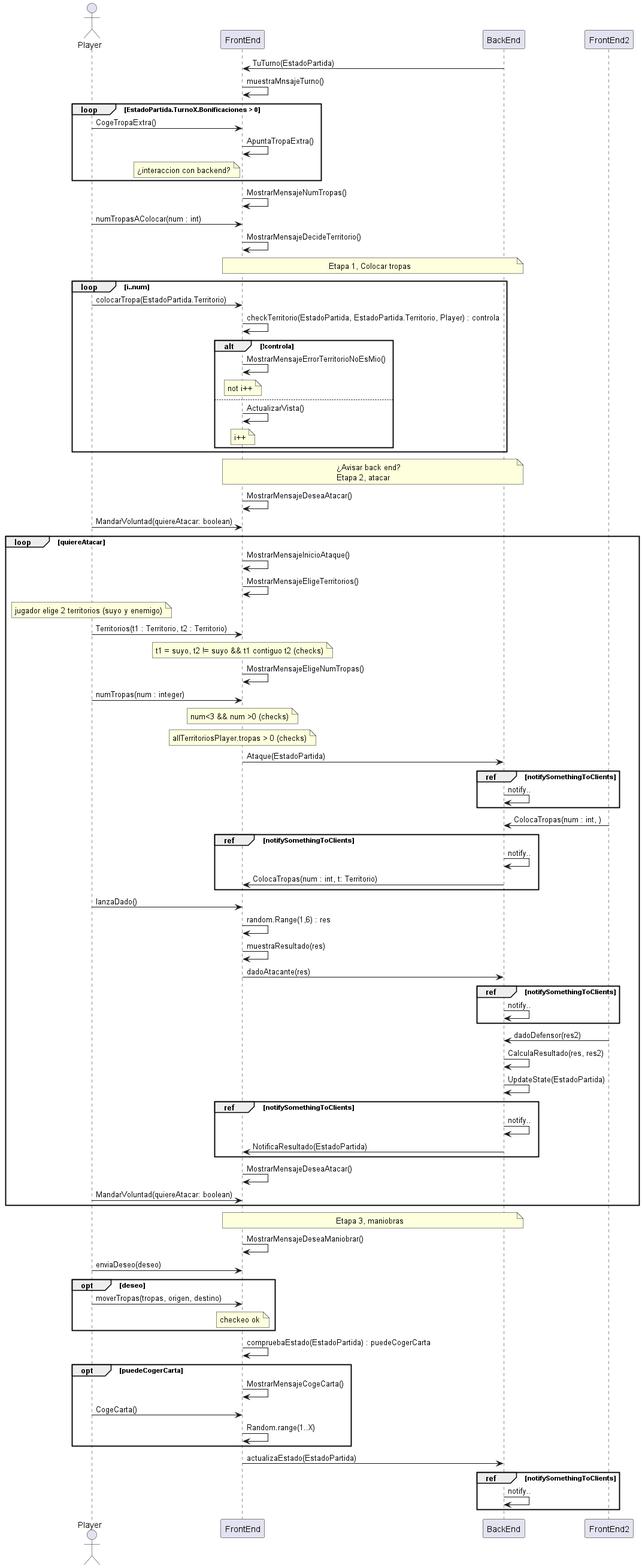
UNIZAR-30226-2024-02/Back-end keeps this PlantUML diagram as SequenceDiagrams/jugada.png. Above is the earlier version.
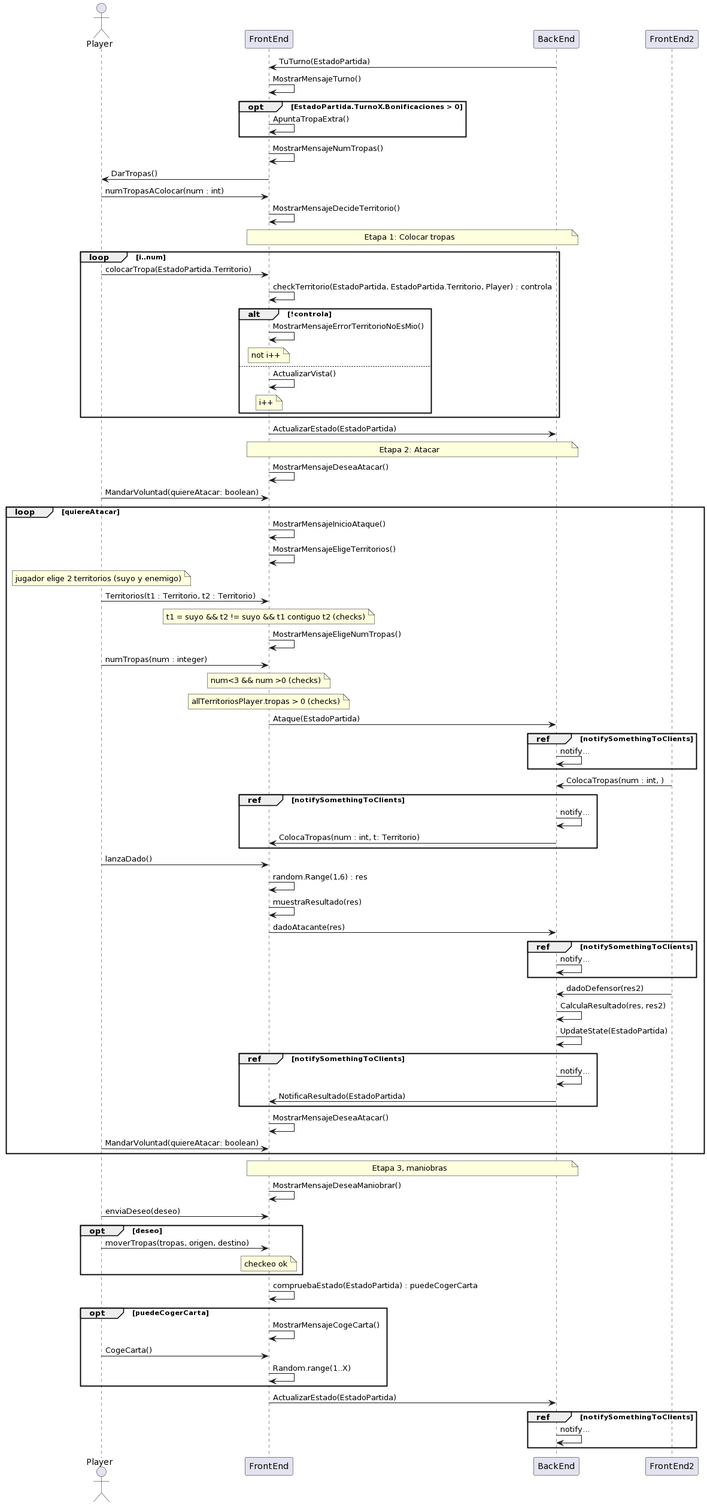
The same file after the commit.

What changed in the source:
```diff
@@ -2,16 +2,15 @@
 actor Player
 participant FrontEnd
 BackEnd -> FrontEnd : TuTurno(EstadoPartida)
-FrontEnd -> FrontEnd : muestraMnsajeTurno()
-loop EstadoPartida.TurnoX.Bonificaciones > 0
-Player -> FrontEnd : CogeTropaExtra()
+FrontEnd -> FrontEnd : MostrarMensajeTurno()
+opt EstadoPartida.TurnoX.Bonificaciones > 0
 FrontEnd -> FrontEnd : ApuntaTropaExtra()
-note left of FrontEnd : ¿interaccion con backend?
 end
 FrontEnd -> FrontEnd : MostrarMensajeNumTropas()
+FrontEnd -> Player : DarTropas()
 Player -> FrontEnd : numTropasAColocar(num : int)
 FrontEnd -> FrontEnd : MostrarMensajeDecideTerritorio()
-note over FrontEnd, BackEnd: Etapa 1, Colocar tropas
+note over FrontEnd, BackEnd: Etapa 1: Colocar tropas
 loop i..num
 Player -> FrontEnd : colocarTropa(EstadoPartida.Territorio)
 FrontEnd -> FrontEnd : checkTerritorio(EstadoPartida, EstadoPartida.Territorio, Player) : controla
@@ -23,10 +22,8 @@
 		note over FrontEnd : i++
 	end
 end
-note over FrontEnd,BackEnd
-¿Avisar back end?
-Etapa 2, atacar
-end note
+FrontEnd -> BackEnd : ActualizarEstado(EstadoPartida)
+note over FrontEnd, BackEnd: Etapa 2: Atacar
 FrontEnd -> FrontEnd : MostrarMensajeDeseaAtacar()
 Player -> FrontEnd : MandarVoluntad(quiereAtacar: boolean)
 loop quiereAtacar
@@ -34,18 +31,18 @@
 FrontEnd -> FrontEnd : MostrarMensajeEligeTerritorios()
 note over Player : jugador elige 2 territorios (suyo y enemigo)
 Player -> FrontEnd : Territorios(t1 : Territorio, t2 : Territorio)
-note over FrontEnd : t1 = suyo, t2 != suyo && t1 contiguo t2 (checks)
+note over FrontEnd : t1 = suyo && t2 != suyo && t1 contiguo t2 (checks)
 FrontEnd -> FrontEnd : MostrarMensajeEligeNumTropas()
 Player -> FrontEnd : numTropas(num : integer)
 note over FrontEnd : num<3 && num >0 (checks)
 note over FrontEnd : allTerritoriosPlayer.tropas > 0 (checks)
 FrontEnd -> BackEnd : Ataque(EstadoPartida)
 group ref [notifySomethingToClients]
-	BackEnd -> BackEnd : notify..
+	BackEnd -> BackEnd : notify...
 end
 FrontEnd2 -> BackEnd : ColocaTropas(num : int, )
 group ref [notifySomethingToClients]
-	BackEnd -> BackEnd : notify..
+	BackEnd -> BackEnd : notify...
 	BackEnd -> FrontEnd : ColocaTropas(num : int, t: Territorio)
 end
 Player -> FrontEnd : lanzaDado()
@@ -53,13 +50,13 @@
 FrontEnd -> FrontEnd : muestraResultado(res)
 FrontEnd -> BackEnd : dadoAtacante(res)
 group ref [notifySomethingToClients]
-	BackEnd -> BackEnd : notify..
+	BackEnd -> BackEnd : notify...
 end
 FrontEnd2 -> BackEnd : dadoDefensor(res2)
 BackEnd -> BackEnd : CalculaResultado(res, res2)
 BackEnd -> BackEnd : UpdateState(EstadoPartida)
 group ref [notifySomethingToClients]
-	BackEnd -> BackEnd : notify..
+	BackEnd -> BackEnd : notify...
 	BackEnd -> FrontEnd : NotificaResultado(EstadoPartida)
 end
 FrontEnd -> FrontEnd : MostrarMensajeDeseaAtacar()
@@ -80,8 +77,8 @@
 	Player -> FrontEnd : CogeCarta()
 	FrontEnd -> FrontEnd : Random.range(1..X)
 end
-FrontEnd -> BackEnd : actualizaEstado(EstadoPartida)
+FrontEnd -> BackEnd : ActualizarEstado(EstadoPartida)
 group ref [notifySomethingToClients]
-	BackEnd -> BackEnd : notify..
+	BackEnd -> BackEnd : notify...
 end
 @enduml
```
